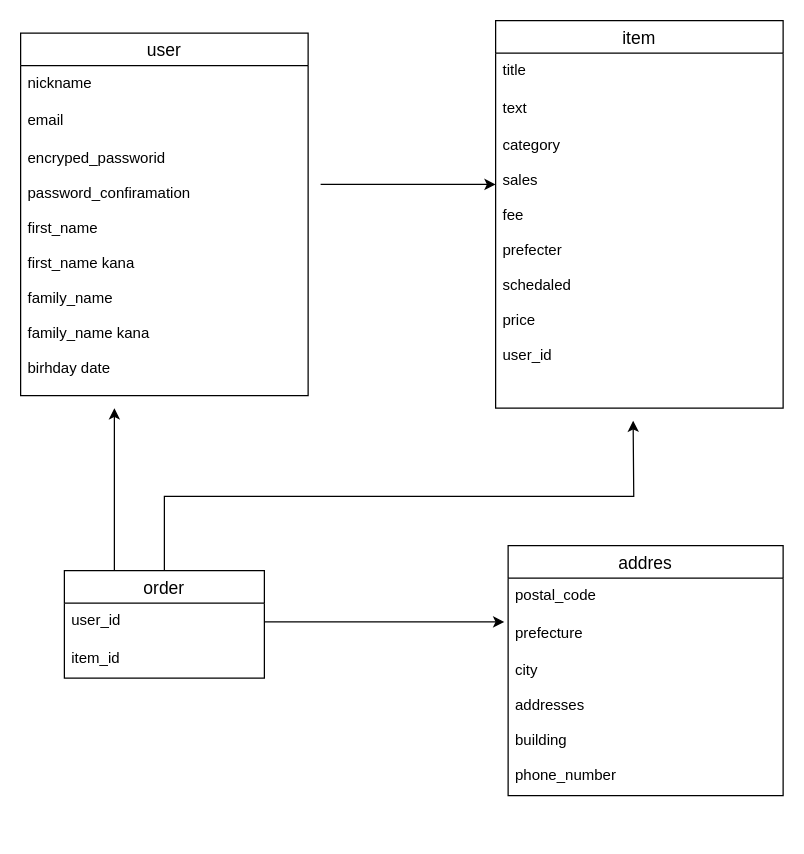
Earlier version of the draw.io diagram app/views/orders/test.dio (wtoshiaki/furima-36571). Source tidied: cells renumbered, new cells numbered last; positions are measured from the earlier drawing's top-left corner, leaving out a move shared by most shapes. Both pictures are drawn from the tidied source at 125%, with x=0, y=0 at pixel (20, 20).
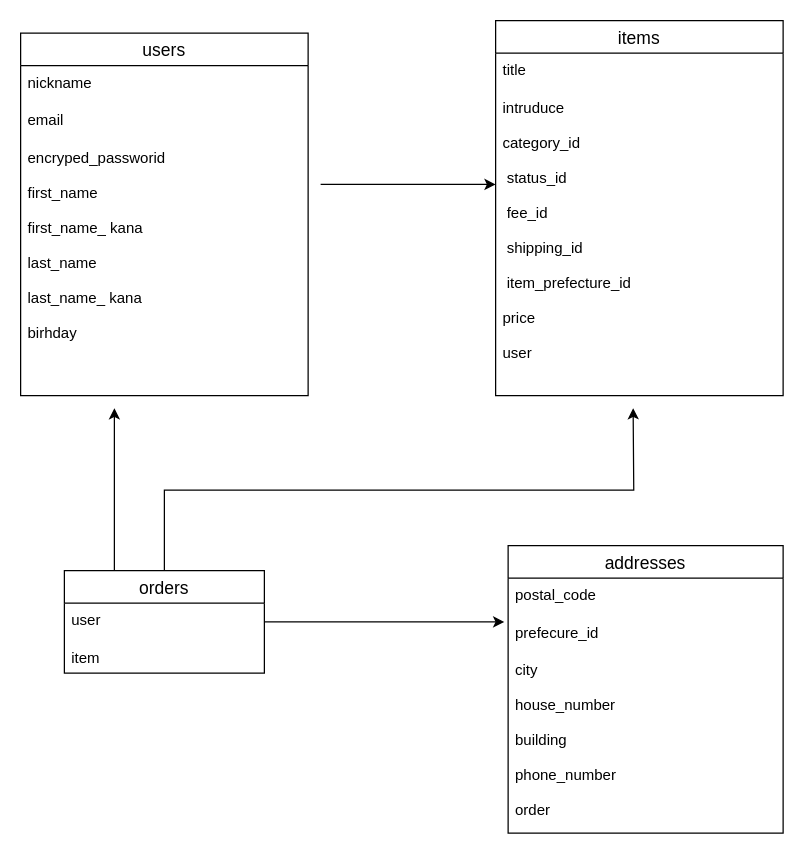
The same diagram, later.

Commit message (it also covers changes not shown here):
ReadMeの修正＋ER図の修正　２回目

What changed in the source:
```diff
@@
-    <mxCell id="2" value="user" style="swimlane;fontStyle=0;horizontal=1;startSize=26;align=center;fontSize=14;" parent="1" vertex="1">
+    <mxCell id="2" value="users" style="swimlane;fontStyle=0;horizontal=1;startSize=26;align=center;fontSize=14;" parent="1" vertex="1">
       <mxGeometry y="10" width="230" height="290" as="geometry" />
     </mxCell>
@@
-    <mxCell id="5" value="encryped_passworid&#10;&#10;password_confiramation&#10;&#10;first_name&#10;&#10;first_name kana&#10;&#10;family_name&#10;&#10;family_name kana&#10;&#10;birhday date" style="text;strokeColor=none;fillColor=none;spacingLeft=4;spacingRight=4;overflow=hidden;fontSize=12;" parent="2" vertex="1">
+    <mxCell id="5" value="encryped_passworid&#10;&#10;first_name&#10;&#10;first_name_ kana&#10;&#10;last_name&#10;&#10;last_name_ kana&#10;&#10;birhday" style="text;strokeColor=none;fillColor=none;spacingLeft=4;spacingRight=4;overflow=hidden;fontSize=12;fontStyle=0;" parent="2" vertex="1">
       <mxGeometry y="86" width="230" height="204" as="geometry" />
     </mxCell>
     <mxCell id="6" style="edgeStyle=orthogonalEdgeStyle;rounded=0;jettySize=auto;html=1;exitX=0.5;exitY=0;exitDx=0;exitDy=0;" parent="1" edge="1" source="8">
       <mxGeometry relative="1" as="geometry">
-        <mxPoint x="490" y="320" as="targetPoint" />
+        <mxPoint x="490" y="310" as="targetPoint" />
       </mxGeometry>
     </mxCell>
@@
-    <mxCell id="8" value="order" style="swimlane;fontStyle=0;horizontal=1;startSize=26;align=center;fontSize=14;" parent="1" vertex="1">
-      <mxGeometry x="35" y="440" width="160" height="86" as="geometry" />
+    <mxCell id="8" value="orders" style="swimlane;fontStyle=0;horizontal=1;startSize=26;align=center;fontSize=14;" parent="1" vertex="1">
+      <mxGeometry x="35" y="440" width="160" height="82" as="geometry" />
     </mxCell>
-    <mxCell id="9" value="user_id" style="text;strokeColor=none;fillColor=none;spacingLeft=4;spacingRight=4;overflow=hidden;points=[[0,0.5],[1,0.5]];portConstraint=eastwest;fontSize=12;" parent="8" vertex="1">
+    <mxCell id="9" value="user" style="text;strokeColor=none;fillColor=none;spacingLeft=4;spacingRight=4;overflow=hidden;points=[[0,0.5],[1,0.5]];portConstraint=eastwest;fontSize=12;" parent="8" vertex="1">
       <mxGeometry y="26" width="160" height="30" as="geometry" />
     </mxCell>
-    <mxCell id="10" value="item_id" style="text;strokeColor=none;fillColor=none;spacingLeft=4;spacingRight=4;overflow=hidden;fontSize=12;" parent="8" vertex="1">
-      <mxGeometry y="56" width="160" height="30" as="geometry" />
+    <mxCell id="10" value="item" style="text;strokeColor=none;fillColor=none;spacingLeft=4;spacingRight=4;overflow=hidden;fontSize=12;" parent="8" vertex="1">
+      <mxGeometry y="56" width="160" height="26" as="geometry" />
     </mxCell>
-    <mxCell id="11" value="item" style="swimlane;fontStyle=0;horizontal=1;startSize=26;align=center;fontSize=14;" parent="1" vertex="1">
-      <mxGeometry x="380" width="230" height="310" as="geometry" />
+    <mxCell id="11" value="items" style="swimlane;fontStyle=0;horizontal=1;startSize=26;align=center;fontSize=14;" parent="1" vertex="1">
+      <mxGeometry x="380" width="230" height="300" as="geometry" />
     </mxCell>
-    <mxCell id="12" value="title" style="text;strokeColor=none;fillColor=none;spacingLeft=4;spacingRight=4;overflow=hidden;fontSize=12;" parent="11" vertex="1">
+    <mxCell id="12" value="title&#10;" style="text;strokeColor=none;fillColor=none;spacingLeft=4;spacingRight=4;overflow=hidden;fontSize=12;" parent="11" vertex="1">
       <mxGeometry y="26" width="230" height="30" as="geometry" />
     </mxCell>
-    <mxCell id="13" value="text" style="text;strokeColor=none;fillColor=none;spacingLeft=4;spacingRight=4;overflow=hidden;fontSize=12;" parent="11" vertex="1">
-      <mxGeometry y="56" width="230" height="30" as="geometry" />
-    </mxCell>
-    <mxCell id="14" value="category&#10;&#10;sales&#10;&#10;fee&#10;&#10;prefecter&#10;&#10;schedaled&#10;&#10;price&#10;&#10;user_id&#10;" style="text;strokeColor=none;fillColor=none;spacingLeft=4;spacingRight=4;overflow=hidden;fontSize=12;" parent="11" vertex="1">
-      <mxGeometry y="86" width="230" height="224" as="geometry" />
+    <mxCell id="14" value="intruduce&#10; &#10;category_id&#10;&#10; status_id &#10;&#10; fee_id &#10;&#10; shipping_id&#10; &#10; item_prefecture_id &#10;&#10;price &#10;&#10;user       " style="text;strokeColor=none;fillColor=none;spacingLeft=4;spacingRight=4;overflow=hidden;fontSize=12;" parent="11" vertex="1">
+      <mxGeometry y="56" width="230" height="244" as="geometry" />
     </mxCell>
-    <mxCell id="15" value="addres" style="swimlane;fontStyle=0;horizontal=1;startSize=26;align=center;fontSize=14;" parent="1" vertex="1">
-      <mxGeometry x="390" y="420" width="220" height="200" as="geometry" />
+    <mxCell id="15" value="addresses" style="swimlane;fontStyle=0;horizontal=1;startSize=26;align=center;fontSize=14;" parent="1" vertex="1">
+      <mxGeometry x="390" y="420" width="220" height="230" as="geometry" />
     </mxCell>
@@
-    <mxCell id="17" value="prefecture" style="text;strokeColor=none;fillColor=none;spacingLeft=4;spacingRight=4;overflow=hidden;points=[[0,0.5],[1,0.5]];portConstraint=eastwest;fontSize=12;" parent="15" vertex="1">
+    <mxCell id="17" value="prefecure_id" style="text;strokeColor=none;fillColor=none;spacingLeft=4;spacingRight=4;overflow=hidden;points=[[0,0.5],[1,0.5]];portConstraint=eastwest;fontSize=12;" parent="15" vertex="1">
       <mxGeometry y="56" width="220" height="30" as="geometry" />
     </mxCell>
-    <mxCell id="18" value="city&#10;&#10;addresses&#10;&#10;building&#10;&#10;phone_number&#10;&#10;" style="text;strokeColor=none;fillColor=none;spacingLeft=4;spacingRight=4;overflow=hidden;fontSize=12;" parent="15" vertex="1">
-      <mxGeometry y="86" width="220" height="114" as="geometry" />
+    <mxCell id="18" value="city&#10;&#10;house_number&#10;&#10;building&#10;&#10;phone_number&#10;&#10;order" style="text;strokeColor=none;fillColor=none;spacingLeft=4;spacingRight=4;overflow=hidden;fontSize=12;" parent="15" vertex="1">
+      <mxGeometry y="86" width="220" height="144" as="geometry" />
     </mxCell>
```
